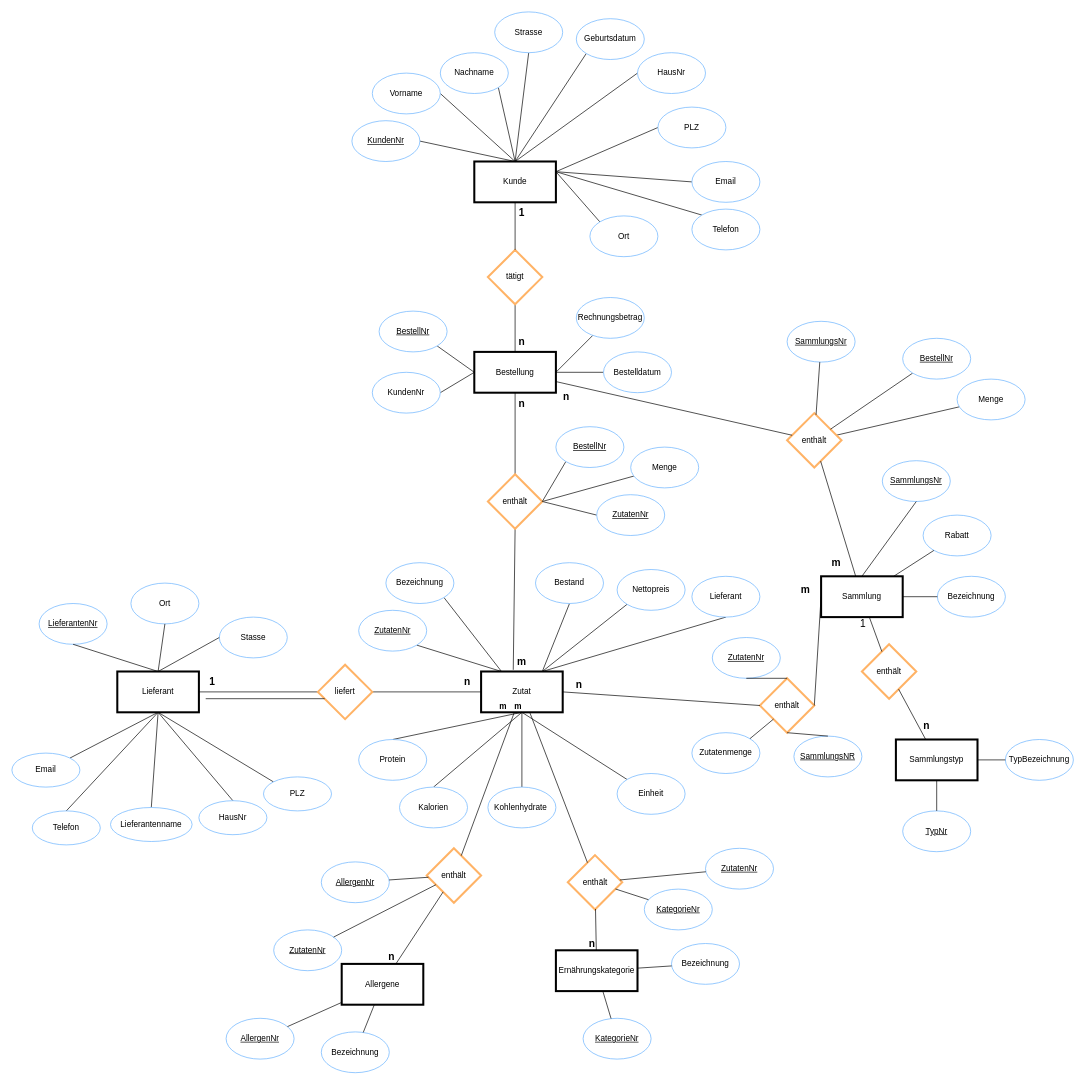
Above: ERD-LF5.drawio in CT-4597/itech_gr08_lf5 (draw.io), before the change. Source tidied: cells renumbered, new cells numbered last; positions are measured from the earlier drawing's top-left corner, leaving out a move shared by most shapes. Both pictures are drawn from the tidied source at 68%, with x=0, y=0 at pixel (12, 12).
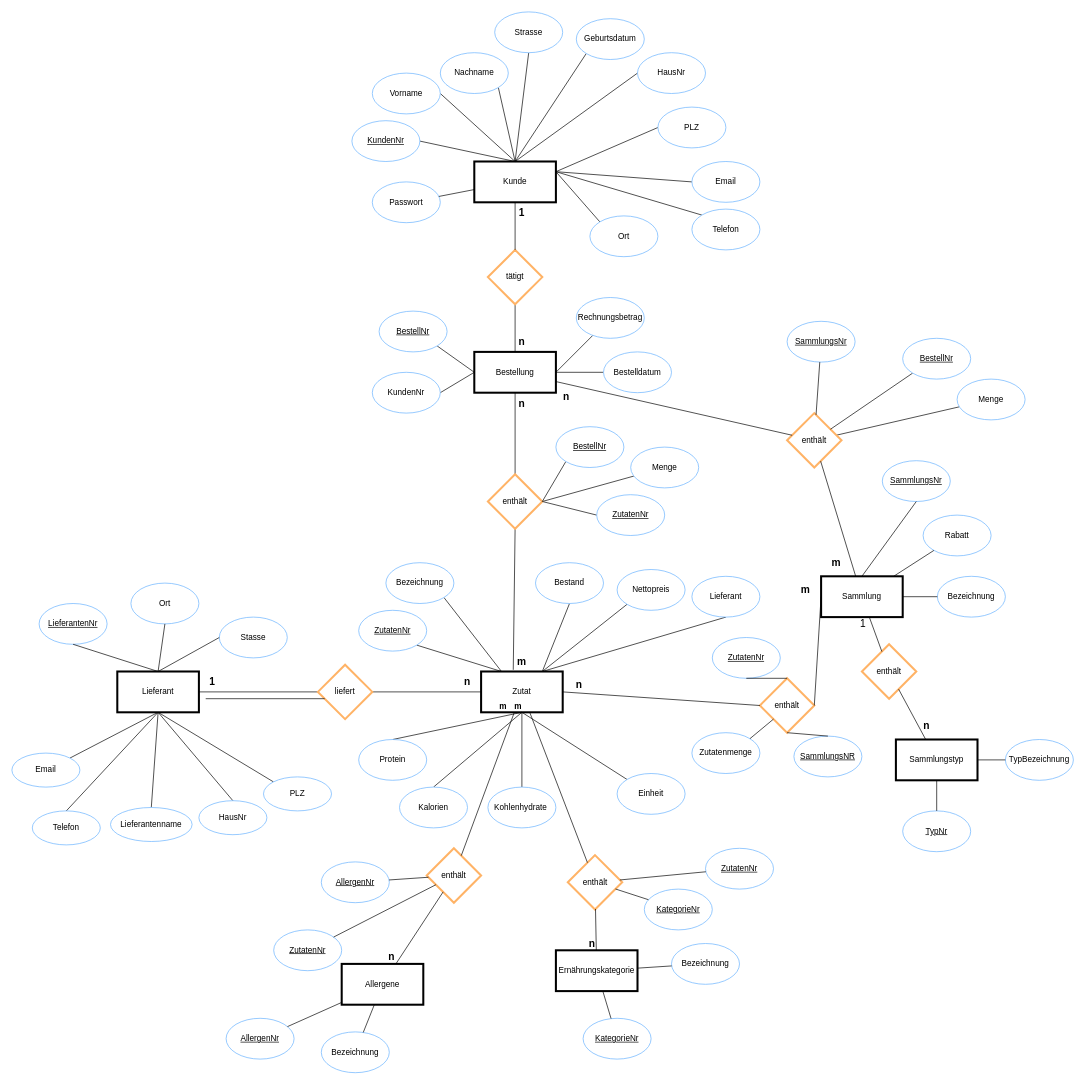
Above is the later version.

Commit message:
erd geupdatet

Unchanged cells that the change refers to:
```xml
<mxCell id="51" value="Kunde" style="rounded=0;whiteSpace=wrap;html=1;strokeWidth=3;" parent="1" vertex="1">
  <mxGeometry x="680" y="220" width="120" height="60" as="geometry" />
</mxCell>
```

The edit, as a diff of the source:
```diff
@@
+    <mxCell id="157" value="Passwort" style="ellipse;whiteSpace=wrap;html=1;strokeColor=#66B2FF;" parent="1" vertex="1">
+      <mxGeometry x="530" y="250" width="100" height="60" as="geometry" />
+    </mxCell>
+    <mxCell id="158" style="edgeStyle=none;rounded=0;jettySize=auto;html=1;endArrow=none;endFill=0;" parent="1" edge="1" source="157" target="51">
+      <mxGeometry relative="1" as="geometry" />
+    </mxCell>
```
